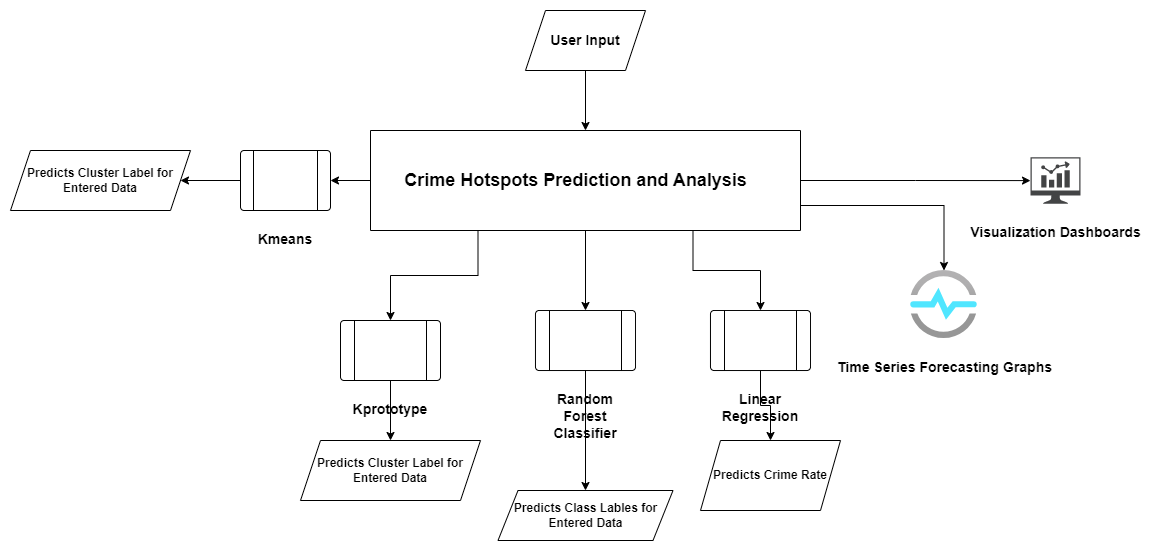
The draw.io diagram Documentation/SYS-oVERVIEW.drawio.png in Mubeen-Zaki/Crime_Analysis, before a commit. Source tidied: cells renumbered, new cells last; positions are measured from the earlier drawing's top-left corner, leaving out a move shared by most shapes.
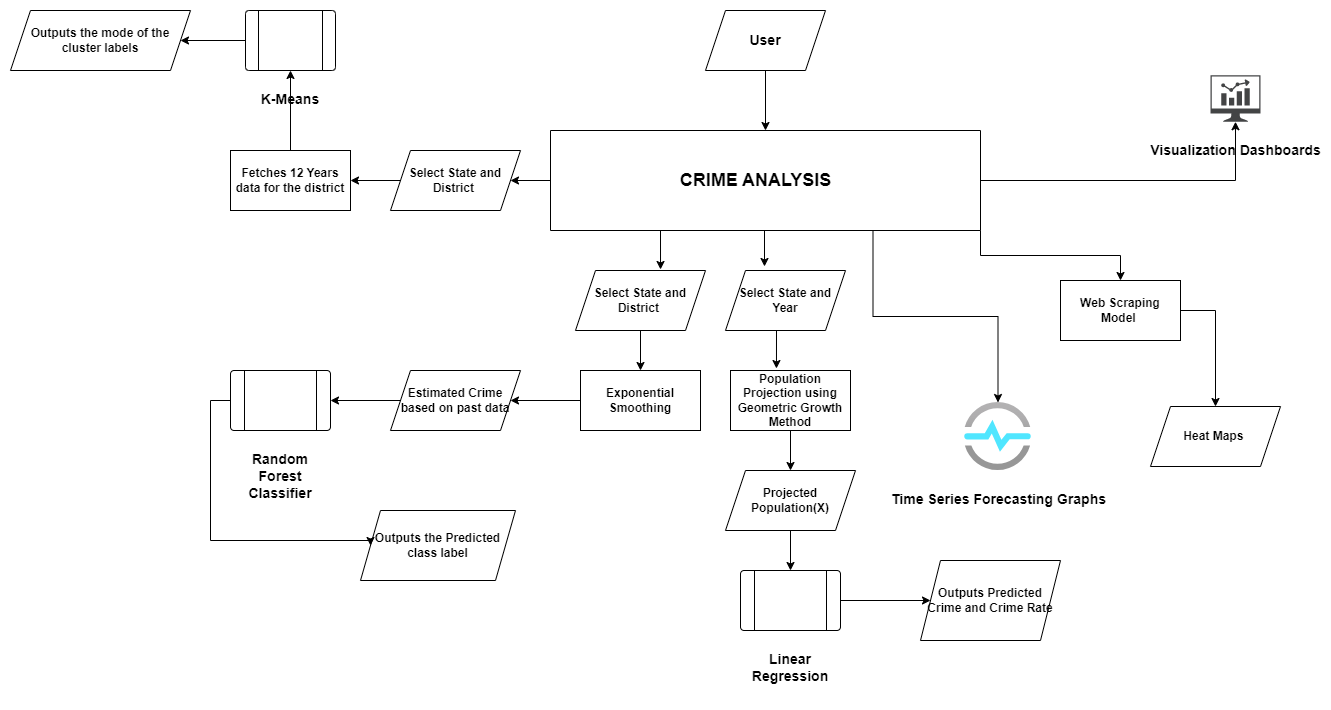
The same file after the commit.

What changed in the source:
```diff
@@ -2,79 +2,134 @@
   <root>
     <mxCell id="0" />
     <mxCell id="1" parent="0" />
-    <mxCell id="2" style="edgeStyle=orthogonalEdgeStyle;rounded=0;jettySize=auto;html=1;exitX=0;exitY=0.5;exitDx=0;exitDy=0;entryX=1;entryY=0.5;entryDx=0;entryDy=0;" parent="1" edge="1" source="8" target="16">
-      <mxGeometry relative="1" as="geometry" />
-    </mxCell>
-    <mxCell id="3" style="edgeStyle=orthogonalEdgeStyle;rounded=0;jettySize=auto;html=1;exitX=0.25;exitY=1;exitDx=0;exitDy=0;" parent="1" edge="1" source="8" target="18">
-      <mxGeometry relative="1" as="geometry" />
-    </mxCell>
-    <mxCell id="4" style="edgeStyle=orthogonalEdgeStyle;rounded=0;jettySize=auto;html=1;exitX=0.5;exitY=1;exitDx=0;exitDy=0;" parent="1" edge="1" source="8" target="22">
-      <mxGeometry relative="1" as="geometry" />
-    </mxCell>
-    <mxCell id="5" style="edgeStyle=orthogonalEdgeStyle;rounded=0;jettySize=auto;html=1;exitX=0.75;exitY=1;exitDx=0;exitDy=0;" parent="1" edge="1" source="8" target="20">
-      <mxGeometry relative="1" as="geometry" />
-    </mxCell>
+    <mxCell id="7" style="edgeStyle=orthogonalEdgeStyle;rounded=0;jettySize=auto;html=1;exitX=1;exitY=0.5;exitDx=0;exitDy=0;" parent="1" edge="1" source="8" target="25">
+      <mxGeometry relative="1" as="geometry" />
+    </mxCell>
+    <mxCell id="26" style="edgeStyle=orthogonalEdgeStyle;rounded=0;jettySize=auto;html=1;exitX=0;exitY=0.5;exitDx=0;exitDy=0;entryX=1;entryY=0.5;entryDx=0;entryDy=0;" parent="1" edge="1" source="8" target="31">
+      <mxGeometry relative="1" as="geometry" />
+    </mxCell>
+    <mxCell id="27" style="edgeStyle=orthogonalEdgeStyle;rounded=0;jettySize=auto;html=1;exitX=0.25;exitY=1;exitDx=0;exitDy=0;entryX=0.654;entryY=-0.017;entryDx=0;entryDy=0;entryPerimeter=0;" parent="1" edge="1" source="8" target="35">
+      <mxGeometry relative="1" as="geometry" />
+    </mxCell>
+    <mxCell id="28" style="edgeStyle=orthogonalEdgeStyle;rounded=0;jettySize=auto;html=1;exitX=0.5;exitY=1;exitDx=0;exitDy=0;entryX=0.325;entryY=-0.067;entryDx=0;entryDy=0;entryPerimeter=0;" parent="1" edge="1" source="8" target="42">
+      <mxGeometry relative="1" as="geometry" />
+    </mxCell>
-    <mxCell id="6" style="edgeStyle=orthogonalEdgeStyle;rounded=0;jettySize=auto;html=1;exitX=1;exitY=0.75;exitDx=0;exitDy=0;" parent="1" edge="1" source="8" target="24">
+    <mxCell id="6" style="edgeStyle=orthogonalEdgeStyle;rounded=0;jettySize=auto;html=1;exitX=0.75;exitY=1;exitDx=0;exitDy=0;" parent="1" edge="1" source="8" target="24">
       <mxGeometry relative="1" as="geometry" />
     </mxCell>
-    <mxCell id="7" style="edgeStyle=orthogonalEdgeStyle;rounded=0;jettySize=auto;html=1;exitX=1;exitY=0.5;exitDx=0;exitDy=0;" parent="1" edge="1" source="8" target="25">
-      <mxGeometry relative="1" as="geometry" />
-    </mxCell>
+    <mxCell id="29" style="edgeStyle=orthogonalEdgeStyle;rounded=0;jettySize=auto;html=1;exitX=1;exitY=1;exitDx=0;exitDy=0;entryX=0.5;entryY=0;entryDx=0;entryDy=0;" parent="1" edge="1" source="8" target="48">
+      <mxGeometry relative="1" as="geometry" />
+    </mxCell>
     <mxCell id="8" style="swimlane;startSize=0;" parent="1" vertex="1">
       <mxGeometry x="360" y="120" width="430" height="100" as="geometry" />
     </mxCell>
-    <mxCell id="9" value="&lt;h2&gt;Crime Hotspots Prediction and Analysis&lt;/h2&gt;" style="text;html=1;align=center;verticalAlign=middle;strokeColor=none;fillColor=none;" parent="8" vertex="1">
-      <mxGeometry x="20" y="20" width="370" height="60" as="geometry" />
+    <mxCell id="9" value="&lt;h2&gt;CRIME ANALYSIS&lt;/h2&gt;" style="text;html=1;align=center;verticalAlign=middle;strokeColor=none;fillColor=none;" parent="8" vertex="1">
+      <mxGeometry x="115" y="20" width="180" height="60" as="geometry" />
     </mxCell>
     <mxCell id="10" style="edgeStyle=orthogonalEdgeStyle;rounded=0;jettySize=auto;html=1;exitX=0.5;exitY=1;exitDx=0;exitDy=0;" parent="1" edge="1" source="11" target="8">
       <mxGeometry relative="1" as="geometry" />
     </mxCell>
-    <mxCell id="11" value="&lt;h3&gt;User Input&lt;/h3&gt;" style="shape=parallelogram;perimeter=parallelogramPerimeter;whiteSpace=wrap;html=1;fixedSize=1;" parent="1" vertex="1">
+    <mxCell id="11" value="&lt;h3&gt;User&lt;/h3&gt;" style="shape=parallelogram;perimeter=parallelogramPerimeter;whiteSpace=wrap;html=1;fixedSize=1;" parent="1" vertex="1">
       <mxGeometry x="515" width="120" height="60" as="geometry" />
     </mxCell>
-    <mxCell id="12" value="&lt;h4&gt;Predicts Cluster Label for Entered Data&lt;/h4&gt;" style="shape=parallelogram;perimeter=parallelogramPerimeter;whiteSpace=wrap;html=1;fixedSize=1;" parent="1" vertex="1">
-      <mxGeometry y="140" width="180" height="60" as="geometry" />
+    <mxCell id="12" value="&lt;h4&gt;Outputs the mode of the cluster labels&lt;/h4&gt;" style="shape=parallelogram;perimeter=parallelogramPerimeter;whiteSpace=wrap;html=1;fixedSize=1;" parent="1" vertex="1">
+      <mxGeometry x="-180" width="180" height="60" as="geometry" />
     </mxCell>
-    <mxCell id="13" value="&lt;h4&gt;Predicts Crime Rate&lt;/h4&gt;" style="shape=parallelogram;perimeter=parallelogramPerimeter;whiteSpace=wrap;html=1;fixedSize=1;" parent="1" vertex="1">
-      <mxGeometry x="690" y="430" width="140" height="70" as="geometry" />
+    <mxCell id="13" value="&lt;h4&gt;Outputs Predicted Crime and Crime Rate&lt;/h4&gt;" style="shape=parallelogram;perimeter=parallelogramPerimeter;whiteSpace=wrap;html=1;fixedSize=1;" parent="1" vertex="1">
+      <mxGeometry x="730" y="550" width="140" height="80" as="geometry" />
     </mxCell>
-    <mxCell id="14" value="&lt;h4&gt;Predicts Class Lables for Entered Data&lt;/h4&gt;" style="shape=parallelogram;perimeter=parallelogramPerimeter;whiteSpace=wrap;html=1;fixedSize=1;" parent="1" vertex="1">
-      <mxGeometry x="487.5" y="480" width="175" height="50" as="geometry" />
+    <mxCell id="14" value="&lt;h4&gt;Outputs the Predicted class label&lt;/h4&gt;" style="shape=parallelogram;perimeter=parallelogramPerimeter;whiteSpace=wrap;html=1;fixedSize=1;" parent="1" vertex="1">
+      <mxGeometry x="170" y="500" width="155" height="70" as="geometry" />
     </mxCell>
-    <mxCell id="15" style="edgeStyle=orthogonalEdgeStyle;rounded=0;jettySize=auto;html=1;exitX=0;exitY=0.5;exitDx=0;exitDy=0;entryX=1;entryY=0.5;entryDx=0;entryDy=0;" parent="1" edge="1" source="16" target="12">
+    <mxCell id="15" style="edgeStyle=orthogonalEdgeStyle;rounded=0;jettySize=auto;html=1;" parent="1" edge="1" source="16" target="12">
       <mxGeometry relative="1" as="geometry" />
     </mxCell>
-    <mxCell id="16" value="&lt;h3&gt;Kmeans&lt;/h3&gt;" style="verticalLabelPosition=bottom;verticalAlign=top;html=1;shape=process;whiteSpace=wrap;rounded=1;size=0.14;arcSize=6;" parent="1" vertex="1">
-      <mxGeometry x="230" y="140" width="90" height="60" as="geometry" />
+    <mxCell id="16" value="&lt;h3&gt;K-Means&lt;/h3&gt;" style="verticalLabelPosition=bottom;verticalAlign=top;html=1;shape=process;whiteSpace=wrap;rounded=1;size=0.14;arcSize=6;" parent="1" vertex="1">
+      <mxGeometry x="55" width="90" height="60" as="geometry" />
     </mxCell>
-    <mxCell id="17" style="edgeStyle=orthogonalEdgeStyle;rounded=0;jettySize=auto;html=1;" parent="1" edge="1" source="18">
-      <mxGeometry relative="1" as="geometry">
-        <mxPoint x="380" y="430" as="targetPoint" />
-      </mxGeometry>
-    </mxCell>
-    <mxCell id="18" value="&lt;h3&gt;Kprototype&lt;/h3&gt;" style="verticalLabelPosition=bottom;verticalAlign=top;html=1;shape=process;whiteSpace=wrap;rounded=1;size=0.14;arcSize=6;" parent="1" vertex="1">
-      <mxGeometry x="330" y="310" width="100" height="60" as="geometry" />
-    </mxCell>
-    <mxCell id="19" style="edgeStyle=orthogonalEdgeStyle;rounded=0;jettySize=auto;html=1;exitX=0.5;exitY=1;exitDx=0;exitDy=0;" parent="1" edge="1" source="20" target="13">
+    <mxCell id="19" style="edgeStyle=orthogonalEdgeStyle;rounded=0;jettySize=auto;html=1;exitX=1;exitY=0.5;exitDx=0;exitDy=0;entryX=0;entryY=0.5;entryDx=0;entryDy=0;" parent="1" edge="1" source="20" target="13">
       <mxGeometry relative="1" as="geometry" />
     </mxCell>
     <mxCell id="20" value="&lt;h3&gt;Linear Regression&lt;/h3&gt;" style="verticalLabelPosition=bottom;verticalAlign=top;html=1;shape=process;whiteSpace=wrap;rounded=1;size=0.14;arcSize=6;" parent="1" vertex="1">
-      <mxGeometry x="700" y="300" width="100" height="60" as="geometry" />
+      <mxGeometry x="550" y="560" width="100" height="60" as="geometry" />
     </mxCell>
-    <mxCell id="21" style="edgeStyle=orthogonalEdgeStyle;rounded=0;jettySize=auto;html=1;exitX=0.5;exitY=1;exitDx=0;exitDy=0;" parent="1" edge="1" source="22" target="14">
-      <mxGeometry relative="1" as="geometry" />
+    <mxCell id="21" style="edgeStyle=orthogonalEdgeStyle;rounded=0;jettySize=auto;html=1;exitX=0;exitY=0.5;exitDx=0;exitDy=0;entryX=0;entryY=0.5;entryDx=0;entryDy=0;" parent="1" edge="1" source="22" target="14">
+      <mxGeometry relative="1" as="geometry">
+        <Array as="points">
+          <mxPoint x="20" y="390" />
+          <mxPoint x="20" y="530" />
+          <mxPoint x="180" y="530" />
+        </Array>
+      </mxGeometry>
     </mxCell>
     <mxCell id="22" value="&lt;h3&gt;Random Forest Classifier&lt;/h3&gt;" style="verticalLabelPosition=bottom;verticalAlign=top;html=1;shape=process;whiteSpace=wrap;rounded=1;size=0.14;arcSize=6;" parent="1" vertex="1">
-      <mxGeometry x="525" y="300" width="100" height="60" as="geometry" />
+      <mxGeometry x="40" y="360" width="100" height="60" as="geometry" />
     </mxCell>
-    <mxCell id="23" value="&lt;h4&gt;Predicts Cluster Label for Entered Data&lt;/h4&gt;" style="shape=parallelogram;perimeter=parallelogramPerimeter;whiteSpace=wrap;html=1;fixedSize=1;" parent="1" vertex="1">
-      <mxGeometry x="290" y="430" width="180" height="60" as="geometry" />
-    </mxCell>
     <mxCell id="24" value="&lt;h3&gt;Time Series Forecasting Graphs&lt;/h3&gt;" style="html=1;points=[];align=center;image;fontSize=12;image=img/lib/azure2/iot/Time_Series_Insights_Environments.svg;" parent="1" vertex="1">
-      <mxGeometry x="900" y="260" width="67" height="68" as="geometry" />
+      <mxGeometry x="774" y="392" width="67" height="68" as="geometry" />
     </mxCell>
     <mxCell id="25" value="&lt;h3&gt;Visualization Dashboards&lt;/h3&gt;" style="sketch=0;shadow=0;dashed=0;html=1;strokeColor=none;fillColor=#434445;labelPosition=center;verticalLabelPosition=bottom;verticalAlign=top;align=center;outlineConnect=0;shape=mxgraph.vvd.nsx_dashboard;" parent="1" vertex="1">
-      <mxGeometry x="1020" y="146.8" width="50" height="46.5" as="geometry" />
+      <mxGeometry x="1020" y="64.8" width="50" height="46.5" as="geometry" />
     </mxCell>
+    <mxCell id="30" style="edgeStyle=orthogonalEdgeStyle;rounded=0;jettySize=auto;html=1;exitX=0;exitY=0.5;exitDx=0;exitDy=0;entryX=1;entryY=0.5;entryDx=0;entryDy=0;" parent="1" edge="1" source="31" target="33">
+      <mxGeometry relative="1" as="geometry" />
+    </mxCell>
+    <mxCell id="31" value="&lt;b&gt;Select State and District&amp;nbsp;&lt;/b&gt;" style="shape=parallelogram;perimeter=parallelogramPerimeter;whiteSpace=wrap;html=1;fixedSize=1;" parent="1" vertex="1">
+      <mxGeometry x="200" y="140" width="130" height="60" as="geometry" />
+    </mxCell>
+    <mxCell id="32" style="edgeStyle=orthogonalEdgeStyle;rounded=0;jettySize=auto;html=1;exitX=0.5;exitY=0;exitDx=0;exitDy=0;" parent="1" edge="1" source="33" target="16">
+      <mxGeometry relative="1" as="geometry" />
+    </mxCell>
+    <mxCell id="33" value="&lt;b&gt;Fetches 12 Years data for the district&lt;/b&gt;" style="rounded=0;whiteSpace=wrap;html=1;" parent="1" vertex="1">
+      <mxGeometry x="40" y="140" width="120" height="60" as="geometry" />
+    </mxCell>
+    <mxCell id="34" style="edgeStyle=orthogonalEdgeStyle;rounded=0;jettySize=auto;html=1;exitX=0.5;exitY=1;exitDx=0;exitDy=0;entryX=0.5;entryY=0;entryDx=0;entryDy=0;" parent="1" edge="1" source="35" target="37">
+      <mxGeometry relative="1" as="geometry" />
+    </mxCell>
+    <mxCell id="35" value="&lt;b&gt;Select State and District&amp;nbsp;&lt;/b&gt;" style="shape=parallelogram;perimeter=parallelogramPerimeter;whiteSpace=wrap;html=1;fixedSize=1;" parent="1" vertex="1">
+      <mxGeometry x="385" y="260" width="130" height="60" as="geometry" />
+    </mxCell>
+    <mxCell id="36" style="edgeStyle=orthogonalEdgeStyle;rounded=0;jettySize=auto;html=1;" parent="1" edge="1" source="37" target="39">
+      <mxGeometry relative="1" as="geometry" />
+    </mxCell>
+    <mxCell id="37" value="&lt;b&gt;Exponential Smoothing&lt;/b&gt;" style="rounded=0;whiteSpace=wrap;html=1;" parent="1" vertex="1">
+      <mxGeometry x="390" y="360" width="120" height="60" as="geometry" />
+    </mxCell>
+    <mxCell id="38" style="edgeStyle=orthogonalEdgeStyle;rounded=0;jettySize=auto;html=1;exitX=0;exitY=0.5;exitDx=0;exitDy=0;entryX=1;entryY=0.5;entryDx=0;entryDy=0;" parent="1" edge="1" source="39" target="22">
+      <mxGeometry relative="1" as="geometry" />
+    </mxCell>
+    <mxCell id="39" value="&lt;b&gt;Estimated Crime based on past data&lt;/b&gt;" style="shape=parallelogram;perimeter=parallelogramPerimeter;whiteSpace=wrap;html=1;fixedSize=1;" parent="1" vertex="1">
+      <mxGeometry x="200" y="360" width="130" height="60" as="geometry" />
+    </mxCell>
+    <mxCell id="40" style="edgeStyle=orthogonalEdgeStyle;rounded=0;orthogonalLoop=1;jettySize=auto;html=1;exitX=0.5;exitY=1;exitDx=0;exitDy=0;" parent="1" edge="1" source="22" target="22">
+      <mxGeometry relative="1" as="geometry" />
+    </mxCell>
+    <mxCell id="41" style="edgeStyle=orthogonalEdgeStyle;rounded=0;jettySize=auto;html=1;exitX=0.5;exitY=1;exitDx=0;exitDy=0;entryX=0.383;entryY=-0.033;entryDx=0;entryDy=0;entryPerimeter=0;" parent="1" edge="1" source="42" target="44">
+      <mxGeometry relative="1" as="geometry" />
+    </mxCell>
+    <mxCell id="42" value="&lt;b&gt;Select State and Year&lt;/b&gt;" style="shape=parallelogram;perimeter=parallelogramPerimeter;whiteSpace=wrap;html=1;fixedSize=1;" parent="1" vertex="1">
+      <mxGeometry x="535" y="260" width="120" height="60" as="geometry" />
+    </mxCell>
+    <mxCell id="43" style="edgeStyle=orthogonalEdgeStyle;rounded=0;jettySize=auto;html=1;exitX=0.5;exitY=1;exitDx=0;exitDy=0;entryX=0.5;entryY=0;entryDx=0;entryDy=0;" parent="1" edge="1" source="44" target="46">
+      <mxGeometry relative="1" as="geometry" />
+    </mxCell>
+    <mxCell id="44" value="&lt;b&gt;Population Projection using Geometric Growth Method&lt;/b&gt;" style="rounded=0;whiteSpace=wrap;html=1;" parent="1" vertex="1">
+      <mxGeometry x="540" y="360" width="120" height="60" as="geometry" />
+    </mxCell>
+    <mxCell id="45" style="edgeStyle=orthogonalEdgeStyle;rounded=0;jettySize=auto;html=1;exitX=0.5;exitY=1;exitDx=0;exitDy=0;entryX=0.5;entryY=0;entryDx=0;entryDy=0;" parent="1" edge="1" source="46" target="20">
+      <mxGeometry relative="1" as="geometry" />
+    </mxCell>
+    <mxCell id="46" value="&lt;b&gt;Projected Population(X)&lt;/b&gt;" style="shape=parallelogram;perimeter=parallelogramPerimeter;whiteSpace=wrap;html=1;fixedSize=1;" parent="1" vertex="1">
+      <mxGeometry x="535" y="460" width="130" height="60" as="geometry" />
+    </mxCell>
+    <mxCell id="47" style="edgeStyle=orthogonalEdgeStyle;rounded=0;jettySize=auto;html=1;exitX=1;exitY=0.5;exitDx=0;exitDy=0;entryX=0.5;entryY=0;entryDx=0;entryDy=0;" parent="1" edge="1" source="48" target="49">
+      <mxGeometry relative="1" as="geometry" />
+    </mxCell>
+    <mxCell id="48" value="&lt;b&gt;Web Scraping Model&amp;nbsp;&lt;/b&gt;" style="rounded=0;whiteSpace=wrap;html=1;" parent="1" vertex="1">
+      <mxGeometry x="870" y="270" width="120" height="60" as="geometry" />
+    </mxCell>
+    <mxCell id="49" value="&lt;b&gt;Heat Maps&amp;nbsp;&lt;/b&gt;" style="shape=parallelogram;perimeter=parallelogramPerimeter;whiteSpace=wrap;html=1;fixedSize=1;" parent="1" vertex="1">
+      <mxGeometry x="960" y="396" width="130" height="60" as="geometry" />
+    </mxCell>
   </root>
 </mxGraphModel>
```
